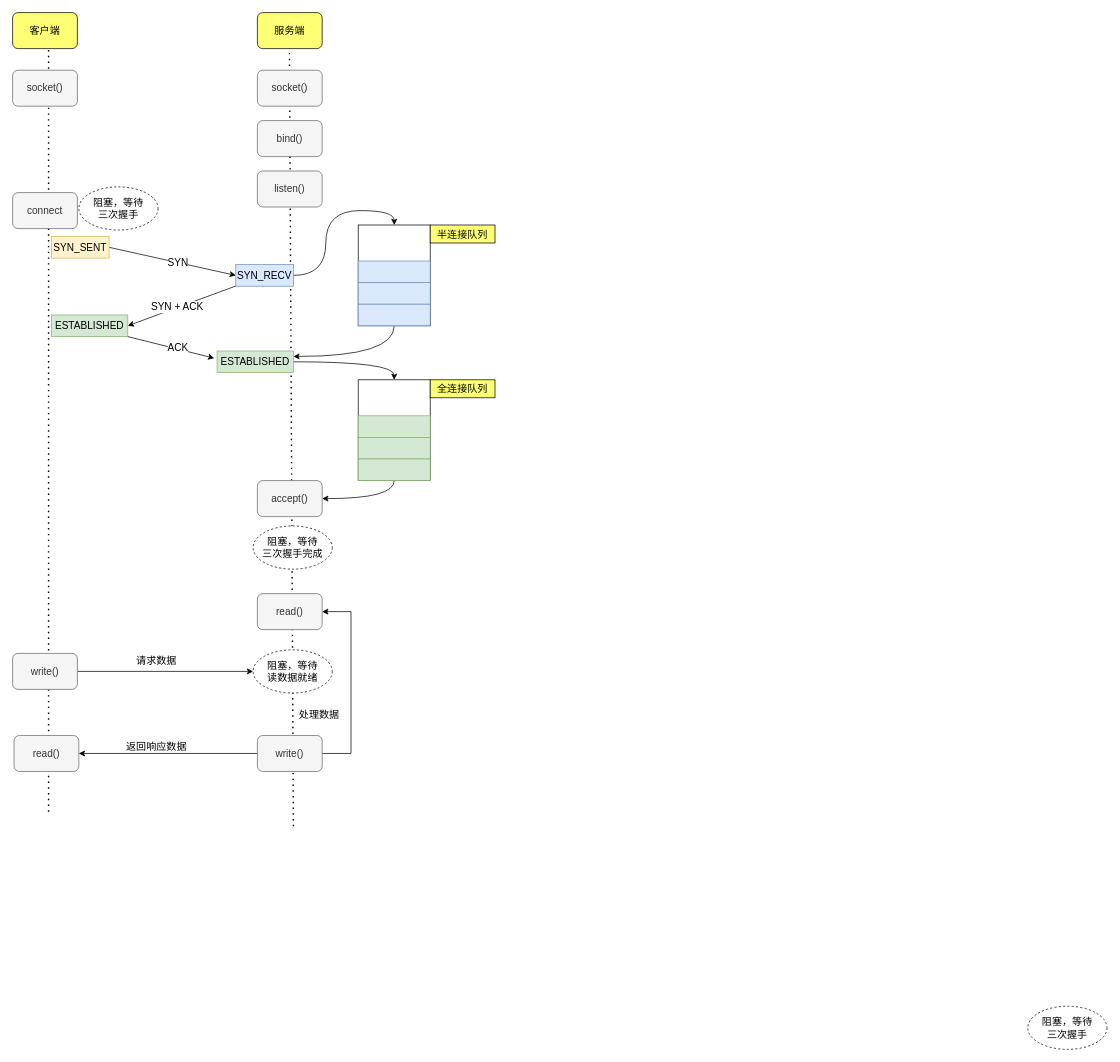
Earlier version of the draw.io diagram multi_IO.drawio (allentofight/diagram). Source tidied: cells renumbered, new cells numbered last; positions are measured from the earlier drawing's top-left corner, leaving out a move shared by most shapes. Both pictures are drawn from the tidied source at 72%, with x=0, y=0 at pixel (12, 12).
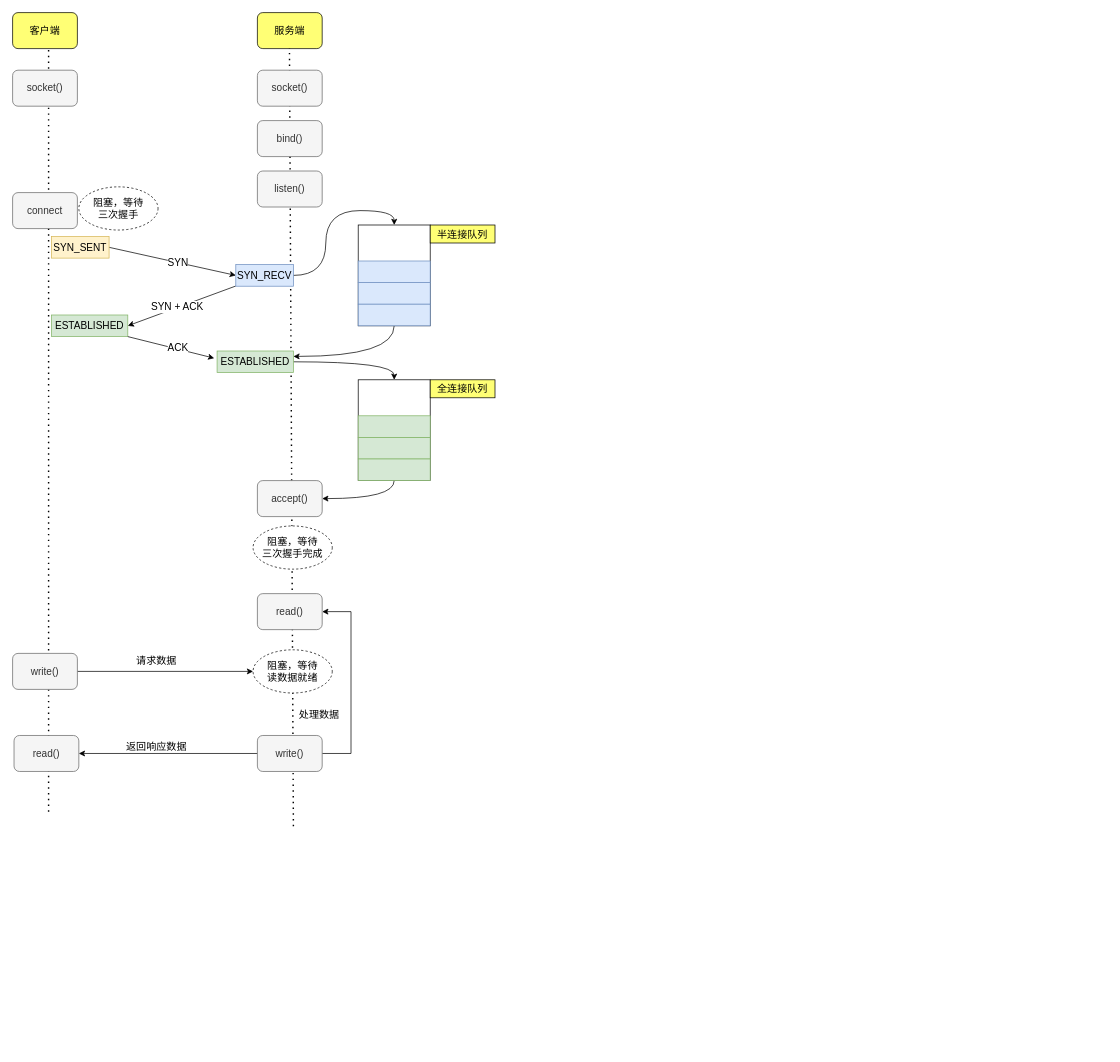
After the change.

What changed in the source:
```diff
@@
-    <mxCell id="36" value="阻塞，等待&lt;br&gt;三次握手" style="ellipse;whiteSpace=wrap;html=1;labelBackgroundColor=none;fontSize=14;dashed=1;" parent="1" vertex="1">
-      <mxGeometry x="1410" y="1380" width="110" height="60" as="geometry" />
-    </mxCell>
```
